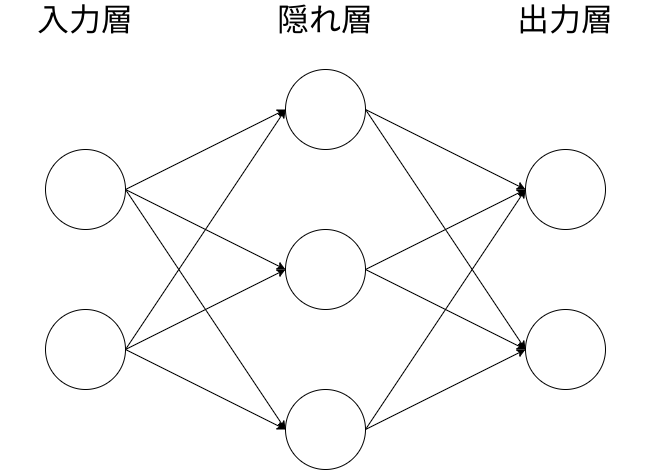
The draw.io diagram images/drawio/3nn.png in bonu-kun/master_thesis, before a commit. Source tidied: cells renumbered, new cells last; positions are measured from the earlier drawing's top-left corner, leaving out a move shared by most shapes. Its diagram source:
```xml
<mxGraphModel>
  <root>
    <mxCell id="0" />
    <mxCell id="1" parent="0" />
    <mxCell id="2" style="edgeStyle=none;html=1;exitX=1;exitY=0.5;exitDx=0;exitDy=0;entryX=0;entryY=0.5;entryDx=0;entryDy=0;" parent="1" edge="1" source="5" target="15">
      <mxGeometry relative="1" as="geometry" />
    </mxCell>
    <mxCell id="3" style="edgeStyle=none;html=1;exitX=1;exitY=0.5;exitDx=0;exitDy=0;entryX=0;entryY=0.5;entryDx=0;entryDy=0;" parent="1" edge="1" source="5" target="12">
      <mxGeometry relative="1" as="geometry" />
    </mxCell>
    <mxCell id="4" style="edgeStyle=none;html=1;exitX=1;exitY=0.5;exitDx=0;exitDy=0;entryX=0;entryY=0.5;entryDx=0;entryDy=0;" parent="1" edge="1" source="5" target="18">
      <mxGeometry relative="1" as="geometry" />
    </mxCell>
    <mxCell id="5" style="ellipse;whiteSpace=wrap;html=1;" parent="1" vertex="1">
      <mxGeometry x="45" y="140" width="80" height="80" as="geometry" />
    </mxCell>
    <mxCell id="6" style="edgeStyle=none;html=1;exitX=1;exitY=0.5;exitDx=0;exitDy=0;entryX=0;entryY=0.5;entryDx=0;entryDy=0;" parent="1" edge="1" source="9" target="15">
      <mxGeometry relative="1" as="geometry" />
    </mxCell>
    <mxCell id="7" style="edgeStyle=none;html=1;exitX=1;exitY=0.5;exitDx=0;exitDy=0;entryX=0;entryY=0.5;entryDx=0;entryDy=0;" parent="1" edge="1" source="9" target="12">
      <mxGeometry relative="1" as="geometry" />
    </mxCell>
    <mxCell id="8" style="edgeStyle=none;html=1;exitX=1;exitY=0.5;exitDx=0;exitDy=0;entryX=0;entryY=0.5;entryDx=0;entryDy=0;" parent="1" edge="1" source="9" target="18">
      <mxGeometry relative="1" as="geometry" />
    </mxCell>
    <mxCell id="9" style="ellipse;whiteSpace=wrap;html=1;" parent="1" vertex="1">
      <mxGeometry x="45" y="300" width="80" height="80" as="geometry" />
    </mxCell>
    <mxCell id="10" style="edgeStyle=none;html=1;exitX=1;exitY=0.5;exitDx=0;exitDy=0;entryX=0;entryY=0.5;entryDx=0;entryDy=0;" parent="1" edge="1" source="12" target="19">
      <mxGeometry relative="1" as="geometry" />
    </mxCell>
    <mxCell id="11" style="edgeStyle=none;html=1;exitX=1;exitY=0.5;exitDx=0;exitDy=0;entryX=0;entryY=0.5;entryDx=0;entryDy=0;" parent="1" edge="1" source="12" target="20">
      <mxGeometry relative="1" as="geometry" />
    </mxCell>
    <mxCell id="12" style="ellipse;whiteSpace=wrap;html=1;" parent="1" vertex="1">
      <mxGeometry x="285" y="220" width="80" height="80" as="geometry" />
    </mxCell>
    <mxCell id="13" style="edgeStyle=none;html=1;exitX=1;exitY=0.5;exitDx=0;exitDy=0;entryX=0;entryY=0.5;entryDx=0;entryDy=0;" parent="1" edge="1" source="15" target="19">
      <mxGeometry relative="1" as="geometry" />
    </mxCell>
    <mxCell id="14" style="edgeStyle=none;html=1;exitX=1;exitY=0.5;exitDx=0;exitDy=0;entryX=0;entryY=0.5;entryDx=0;entryDy=0;" parent="1" edge="1" source="15" target="20">
      <mxGeometry relative="1" as="geometry" />
    </mxCell>
    <mxCell id="15" style="ellipse;whiteSpace=wrap;html=1;" parent="1" vertex="1">
      <mxGeometry x="285" y="60" width="80" height="80" as="geometry" />
    </mxCell>
    <mxCell id="16" style="edgeStyle=none;html=1;exitX=1;exitY=0.5;exitDx=0;exitDy=0;entryX=0;entryY=0.5;entryDx=0;entryDy=0;" parent="1" edge="1" source="18" target="19">
      <mxGeometry relative="1" as="geometry" />
    </mxCell>
    <mxCell id="17" style="edgeStyle=none;html=1;exitX=1;exitY=0.5;exitDx=0;exitDy=0;entryX=0;entryY=0.5;entryDx=0;entryDy=0;" parent="1" edge="1" source="18" target="20">
      <mxGeometry relative="1" as="geometry" />
    </mxCell>
    <mxCell id="18" style="ellipse;whiteSpace=wrap;html=1;" parent="1" vertex="1">
      <mxGeometry x="285" y="380" width="80" height="80" as="geometry" />
    </mxCell>
    <mxCell id="19" style="ellipse;whiteSpace=wrap;html=1;" parent="1" vertex="1">
      <mxGeometry x="525" y="140" width="80" height="80" as="geometry" />
    </mxCell>
    <mxCell id="20" style="ellipse;whiteSpace=wrap;html=1;" parent="1" vertex="1">
      <mxGeometry x="525" y="300" width="80" height="80" as="geometry" />
    </mxCell>
    <mxCell id="21" value="&lt;span style=&quot;font-size: 32px&quot;&gt;入力層&lt;/span&gt;" style="text;html=1;strokeColor=none;fillColor=none;align=center;verticalAlign=middle;whiteSpace=wrap;rounded=0;" parent="1" vertex="1">
      <mxGeometry width="170" height="20" as="geometry" />
    </mxCell>
    <mxCell id="22" value="&lt;span style=&quot;font-size: 32px&quot;&gt;隠れ層&lt;/span&gt;" style="text;html=1;strokeColor=none;fillColor=none;align=center;verticalAlign=middle;whiteSpace=wrap;rounded=0;" parent="1" vertex="1">
      <mxGeometry x="240" width="170" height="20" as="geometry" />
    </mxCell>
    <mxCell id="23" value="&lt;span style=&quot;font-size: 32px&quot;&gt;出力層&lt;/span&gt;" style="text;html=1;strokeColor=none;fillColor=none;align=center;verticalAlign=middle;whiteSpace=wrap;rounded=0;" parent="1" vertex="1">
      <mxGeometry x="480" width="170" height="20" as="geometry" />
    </mxCell>
  </root>
</mxGraphModel>
```
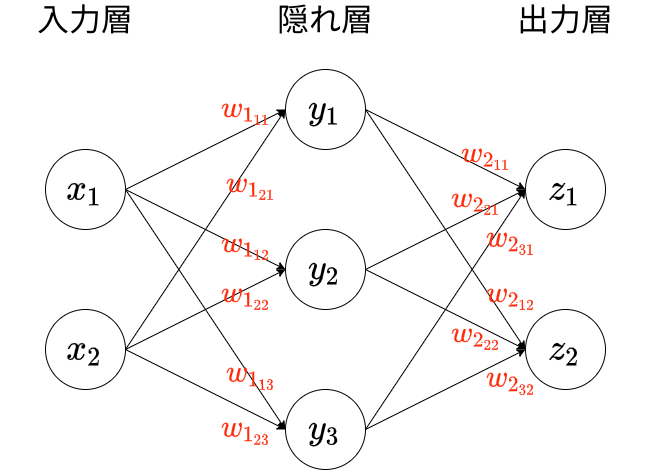
The same diagram one commit later.

What changed in the source:
```diff
@@ -1,9 +1,11 @@
-<mxGraphModel>
+<mxGraphModel math="1">
   <root>
     <mxCell id="0" />
     <mxCell id="1" parent="0" />
-    <mxCell id="2" style="edgeStyle=none;html=1;exitX=1;exitY=0.5;exitDx=0;exitDy=0;entryX=0;entryY=0.5;entryDx=0;entryDy=0;" parent="1" edge="1" source="5" target="15">
-      <mxGeometry relative="1" as="geometry" />
+    <mxCell id="2" style="edgeStyle=none;html=1;entryX=0;entryY=0.5;entryDx=0;entryDy=0;startArrow=none;" parent="1" edge="1" target="15">
+      <mxGeometry relative="1" as="geometry">
+        <mxPoint x="125" y="180" as="sourcePoint" />
+      </mxGeometry>
     </mxCell>
     <mxCell id="3" style="edgeStyle=none;html=1;exitX=1;exitY=0.5;exitDx=0;exitDy=0;entryX=0;entryY=0.5;entryDx=0;entryDy=0;" parent="1" edge="1" source="5" target="12">
       <mxGeometry relative="1" as="geometry" />
@@ -68,5 +70,62 @@
     <mxCell id="23" value="&lt;span style=&quot;font-size: 32px&quot;&gt;出力層&lt;/span&gt;" style="text;html=1;strokeColor=none;fillColor=none;align=center;verticalAlign=middle;whiteSpace=wrap;rounded=0;" parent="1" vertex="1">
       <mxGeometry x="480" width="170" height="20" as="geometry" />
     </mxCell>
+    <mxCell id="24" value="&lt;font style=&quot;font-size: 30px&quot;&gt;`x_1`&lt;/font&gt;" style="text;html=1;strokeColor=none;fillColor=none;align=center;verticalAlign=middle;whiteSpace=wrap;rounded=0;" parent="1" vertex="1">
+      <mxGeometry x="55" y="165" width="60" height="30" as="geometry" />
+    </mxCell>
+    <mxCell id="25" value="&lt;font style=&quot;font-size: 30px&quot;&gt;`x_2`&lt;/font&gt;" style="text;html=1;strokeColor=none;fillColor=none;align=center;verticalAlign=middle;whiteSpace=wrap;rounded=0;" parent="1" vertex="1">
+      <mxGeometry x="55" y="325" width="60" height="30" as="geometry" />
+    </mxCell>
+    <mxCell id="26" value="&lt;font style=&quot;font-size: 30px&quot;&gt;`y_3`&lt;/font&gt;" style="text;html=1;strokeColor=none;fillColor=none;align=center;verticalAlign=middle;whiteSpace=wrap;rounded=0;" parent="1" vertex="1">
+      <mxGeometry x="295" y="405" width="60" height="30" as="geometry" />
+    </mxCell>
+    <mxCell id="27" value="&lt;font style=&quot;font-size: 30px&quot;&gt;`y_2`&lt;/font&gt;" style="text;html=1;strokeColor=none;fillColor=none;align=center;verticalAlign=middle;whiteSpace=wrap;rounded=0;" parent="1" vertex="1">
+      <mxGeometry x="295" y="245" width="60" height="30" as="geometry" />
+    </mxCell>
+    <mxCell id="28" value="&lt;font style=&quot;font-size: 30px&quot;&gt;`y_1`&lt;/font&gt;" style="text;html=1;strokeColor=none;fillColor=none;align=center;verticalAlign=middle;whiteSpace=wrap;rounded=0;" parent="1" vertex="1">
+      <mxGeometry x="295" y="85" width="60" height="30" as="geometry" />
+    </mxCell>
+    <mxCell id="29" value="&lt;font style=&quot;font-size: 30px&quot;&gt;`z_1`&lt;/font&gt;" style="text;html=1;strokeColor=none;fillColor=none;align=center;verticalAlign=middle;whiteSpace=wrap;rounded=0;" parent="1" vertex="1">
+      <mxGeometry x="535" y="165" width="60" height="30" as="geometry" />
+    </mxCell>
+    <mxCell id="30" value="&lt;font style=&quot;font-size: 30px&quot;&gt;`z_2`&lt;/font&gt;" style="text;html=1;strokeColor=none;fillColor=none;align=center;verticalAlign=middle;whiteSpace=wrap;rounded=0;" parent="1" vertex="1">
+      <mxGeometry x="535" y="325" width="60" height="30" as="geometry" />
+    </mxCell>
+    <mxCell id="31" value="&lt;font style=&quot;font-size: 25px&quot;&gt;`w_{1_{11}} `&lt;/font&gt;" style="text;html=1;strokeColor=none;fillColor=none;align=center;verticalAlign=middle;whiteSpace=wrap;rounded=0;fontColor=#FF2B0A;fontStyle=0;" parent="1" vertex="1">
+      <mxGeometry x="215" y="85" width="65" height="30" as="geometry" />
+    </mxCell>
+    <mxCell id="32" value="&lt;font style=&quot;font-size: 25px&quot;&gt;`w_{1_{13}} `&lt;/font&gt;" style="text;html=1;strokeColor=none;fillColor=none;align=center;verticalAlign=middle;whiteSpace=wrap;rounded=0;fontColor=#FF2B0A;fontStyle=0;" parent="1" vertex="1">
+      <mxGeometry x="220" y="350" width="65" height="30" as="geometry" />
+    </mxCell>
+    <mxCell id="33" value="&lt;font style=&quot;font-size: 25px&quot;&gt;`w_{1_{12}} `&lt;/font&gt;" style="text;html=1;strokeColor=none;fillColor=none;align=center;verticalAlign=middle;whiteSpace=wrap;rounded=0;fontColor=#FF2B0A;fontStyle=0;" parent="1" vertex="1">
+      <mxGeometry x="215" y="220" width="65" height="30" as="geometry" />
+    </mxCell>
+    <mxCell id="34" value="&lt;font style=&quot;font-size: 25px&quot;&gt;`w_{1_{21}} `&lt;/font&gt;" style="text;html=1;strokeColor=none;fillColor=none;align=center;verticalAlign=middle;whiteSpace=wrap;rounded=0;fontColor=#FF2B0A;fontStyle=0;" parent="1" vertex="1">
+      <mxGeometry x="220" y="160" width="65" height="30" as="geometry" />
+    </mxCell>
+    <mxCell id="35" value="&lt;font style=&quot;font-size: 25px&quot;&gt;`w_{1_{23}} `&lt;/font&gt;" style="text;html=1;strokeColor=none;fillColor=none;align=center;verticalAlign=middle;whiteSpace=wrap;rounded=0;fontColor=#FF2B0A;fontStyle=0;" parent="1" vertex="1">
+      <mxGeometry x="215" y="405" width="65" height="30" as="geometry" />
+    </mxCell>
+    <mxCell id="36" value="&lt;font style=&quot;font-size: 25px&quot;&gt;`w_{1_{22}} `&lt;/font&gt;" style="text;html=1;strokeColor=none;fillColor=none;align=center;verticalAlign=middle;whiteSpace=wrap;rounded=0;fontColor=#FF2B0A;fontStyle=0;" parent="1" vertex="1">
+      <mxGeometry x="215" y="270" width="65" height="30" as="geometry" />
+    </mxCell>
+    <mxCell id="37" value="&lt;font style=&quot;font-size: 25px&quot;&gt;`w_{2_{32}} `&lt;/font&gt;" style="text;html=1;strokeColor=none;fillColor=none;align=center;verticalAlign=middle;whiteSpace=wrap;rounded=0;fontColor=#FF2B0A;fontStyle=0;" parent="1" vertex="1">
+      <mxGeometry x="480" y="355" width="65" height="30" as="geometry" />
+    </mxCell>
+    <mxCell id="38" value="&lt;font style=&quot;font-size: 25px&quot;&gt;`w_{2_{22}} `&lt;/font&gt;" style="text;html=1;strokeColor=none;fillColor=none;align=center;verticalAlign=middle;whiteSpace=wrap;rounded=0;fontColor=#FF2B0A;fontStyle=0;" parent="1" vertex="1">
+      <mxGeometry x="445" y="310" width="65" height="30" as="geometry" />
+    </mxCell>
+    <mxCell id="39" value="&lt;font style=&quot;font-size: 25px&quot;&gt;`w_{2_{12}} `&lt;/font&gt;" style="text;html=1;strokeColor=none;fillColor=none;align=center;verticalAlign=middle;whiteSpace=wrap;rounded=0;fontColor=#FF2B0A;fontStyle=0;" parent="1" vertex="1">
+      <mxGeometry x="480" y="270" width="65" height="30" as="geometry" />
+    </mxCell>
+    <mxCell id="40" value="&lt;font style=&quot;font-size: 25px&quot;&gt;`w_{2_{31}} `&lt;/font&gt;" style="text;html=1;strokeColor=none;fillColor=none;align=center;verticalAlign=middle;whiteSpace=wrap;rounded=0;fontColor=#FF2B0A;fontStyle=0;" parent="1" vertex="1">
+      <mxGeometry x="480" y="215" width="65" height="30" as="geometry" />
+    </mxCell>
+    <mxCell id="41" value="&lt;font style=&quot;font-size: 25px&quot;&gt;`w_{2_{21}} `&lt;/font&gt;" style="text;html=1;strokeColor=none;fillColor=none;align=center;verticalAlign=middle;whiteSpace=wrap;rounded=0;fontColor=#FF2B0A;fontStyle=0;" parent="1" vertex="1">
+      <mxGeometry x="445" y="175" width="65" height="30" as="geometry" />
+    </mxCell>
+    <mxCell id="42" value="&lt;font style=&quot;font-size: 25px&quot;&gt;`w_{2_{11}} `&lt;/font&gt;" style="text;html=1;strokeColor=none;fillColor=none;align=center;verticalAlign=middle;whiteSpace=wrap;rounded=0;fontColor=#FF2B0A;fontStyle=0;" parent="1" vertex="1">
+      <mxGeometry x="455" y="130" width="65" height="30" as="geometry" />
+    </mxCell>
   </root>
 </mxGraphModel>
```
